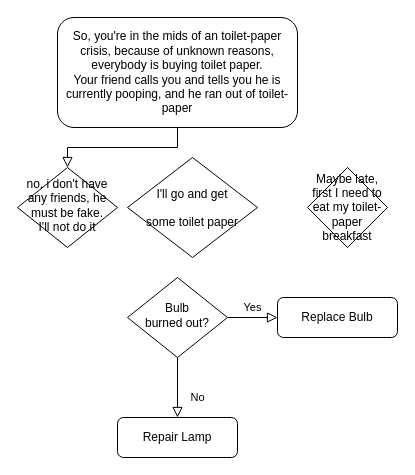
Before: Untitled Diagram.drawio in alx365/Story-for-Toiletpaper-Please, a draw.io diagram. Source tidied: cells renumbered, new cells numbered last; positions are measured from the earlier drawing's top-left corner, leaving out a move shared by most shapes. Both pictures are drawn from the tidied source at 100%, with x=0, y=0 at pixel (17, 17).
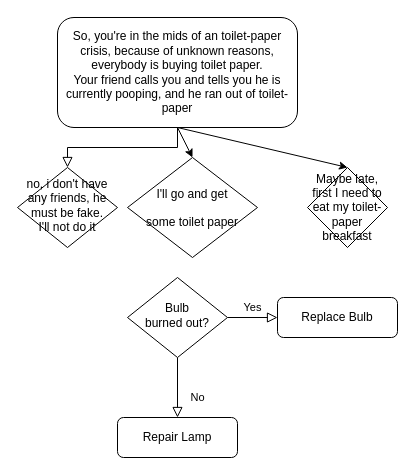
The same diagram, later.

What changed in the source:
```diff
@@
 <mxGraphModel>
   <root>
     <mxCell id="0" />
     <mxCell id="1" parent="0" />
     <mxCell id="2" style="rounded=0;html=1;jettySize=auto;fontSize=11;endArrow=block;endFill=0;endSize=8;strokeWidth=1;shadow=0;labelBackgroundColor=none;edgeStyle=orthogonalEdgeStyle;" parent="1" edge="1" source="3" target="4">
       <mxGeometry relative="1" as="geometry" />
     </mxCell>
     <mxCell id="3" value="&lt;div&gt;So, you're in the mids of an toilet-paper crisis, because of unknown reasons, everybody is buying toilet paper.&lt;/div&gt;&lt;div&gt;Your friend calls you and tells you he is currently pooping, and he ran out of toilet-paper&lt;br&gt;&lt;/div&gt;" style="rounded=1;whiteSpace=wrap;html=1;fontSize=12;glass=0;strokeWidth=1;shadow=0;" parent="1" vertex="1">
       <mxGeometry x="40" width="240" height="110" as="geometry" />
     </mxCell>
     <mxCell id="4" value="&lt;div&gt;no, i don't have any friends, he must be fake.&lt;/div&gt;&lt;div&gt;I'll not do it&lt;br&gt;&lt;/div&gt;" style="rhombus;whiteSpace=wrap;html=1;shadow=0;fontFamily=Helvetica;fontSize=12;align=center;strokeWidth=1;spacing=6;spacingTop=-4;" parent="1" vertex="1">
       <mxGeometry y="150" width="100" height="80" as="geometry" />
     </mxCell>
     <mxCell id="5" value="No" style="rounded=0;html=1;jettySize=auto;fontSize=11;endArrow=block;endFill=0;endSize=8;strokeWidth=1;shadow=0;labelBackgroundColor=none;edgeStyle=orthogonalEdgeStyle;" parent="1" edge="1" source="7" target="8">
       <mxGeometry x="0.33" y="20" relative="1" as="geometry" />
     </mxCell>
     <mxCell id="6" value="Yes" style="edgeStyle=orthogonalEdgeStyle;rounded=0;html=1;jettySize=auto;fontSize=11;endArrow=block;endFill=0;endSize=8;strokeWidth=1;shadow=0;labelBackgroundColor=none;" parent="1" edge="1" source="7" target="9">
       <mxGeometry y="10" relative="1" as="geometry" />
     </mxCell>
     <mxCell id="7" value="Bulb&lt;br&gt;burned out?" style="rhombus;whiteSpace=wrap;html=1;shadow=0;fontFamily=Helvetica;fontSize=12;align=center;strokeWidth=1;spacing=6;spacingTop=-4;" parent="1" vertex="1">
       <mxGeometry x="110" y="260" width="100" height="80" as="geometry" />
     </mxCell>
     <mxCell id="8" value="Repair Lamp" style="rounded=1;whiteSpace=wrap;html=1;fontSize=12;glass=0;strokeWidth=1;shadow=0;" parent="1" vertex="1">
       <mxGeometry x="100" y="400" width="120" height="40" as="geometry" />
     </mxCell>
     <mxCell id="9" value="Replace Bulb" style="rounded=1;whiteSpace=wrap;html=1;fontSize=12;glass=0;strokeWidth=1;shadow=0;" parent="1" vertex="1">
       <mxGeometry x="260" y="280" width="120" height="40" as="geometry" />
     </mxCell>
     <mxCell id="10" value="I'll go and get &#10;&#10;some toilet paper" style="rhombus;" parent="1" vertex="1">
       <mxGeometry x="110" y="140" width="130" height="100" as="geometry" />
     </mxCell>
     <mxCell id="11" value="Maybe late, first I need to eat my toilet-paper breakfast" style="rhombus;whiteSpace=wrap;html=1;" parent="1" vertex="1">
       <mxGeometry x="290" y="150" width="80" height="80" as="geometry" />
     </mxCell>
+    <mxCell id="12" style="endArrow=classic;html=1;exitX=0.5;exitY=1;exitDx=0;exitDy=0;entryX=0.5;entryY=0;entryDx=0;entryDy=0;" parent="1" edge="1" source="3" target="10">
+      <mxGeometry relative="1" as="geometry" />
+    </mxCell>
+    <mxCell id="13" style="endArrow=classic;html=1;exitX=0.5;exitY=1;exitDx=0;exitDy=0;entryX=0.5;entryY=0;entryDx=0;entryDy=0;" parent="1" edge="1" source="3" target="11">
+      <mxGeometry relative="1" as="geometry" />
+    </mxCell>
   </root>
 </mxGraphModel>
```
